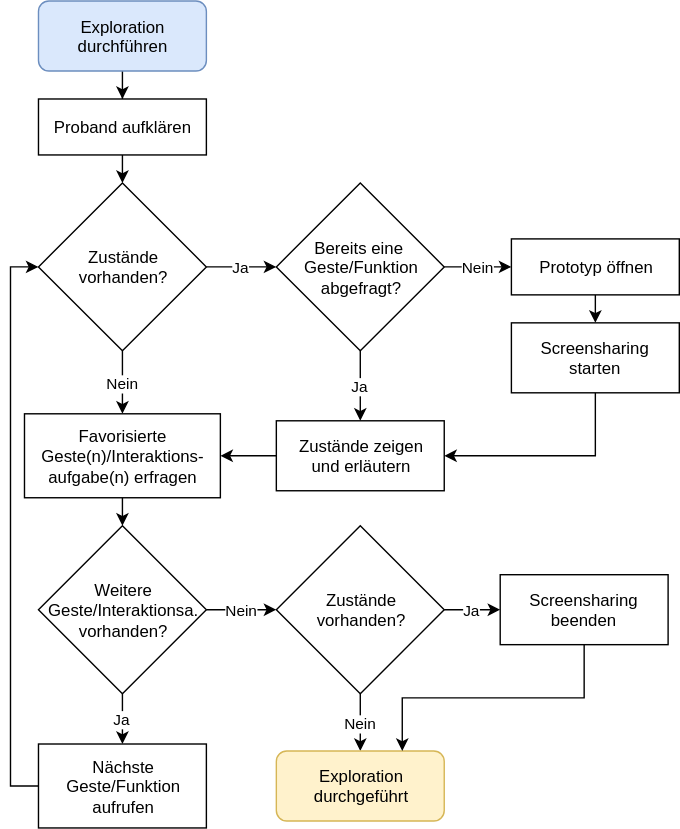
danielkuenkel/gesturenote keeps this draw.io diagram as img/de/introduction/study-preview/exploration.svg. Above is the earlier version. Source tidied: cells renumbered, new cells last; positions are measured from the earlier drawing's top-left corner, leaving out a move shared by most shapes.
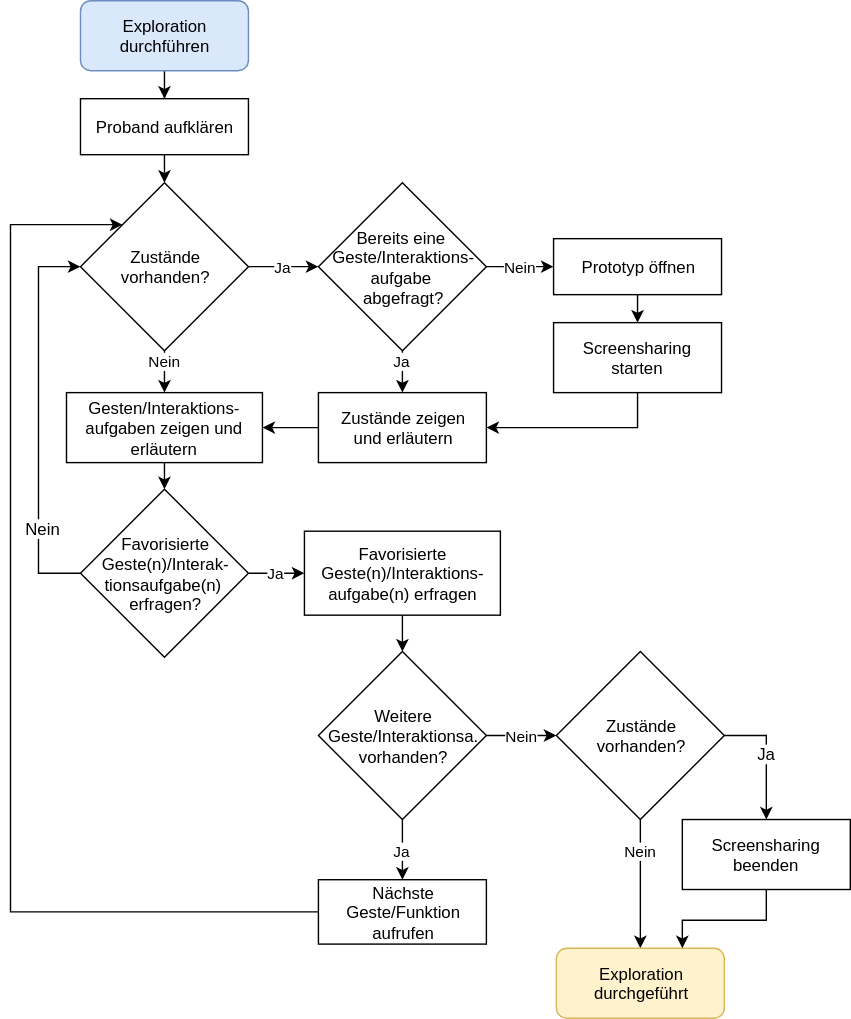
After the change.

The edit, as a diff of the source:
```diff
@@ -6,46 +6,46 @@
       <mxGeometry relative="1" as="geometry" />
     </mxCell>
     <mxCell id="3" value="Exploration&lt;div&gt;durchführen&lt;/div&gt;" style="rounded=1;whiteSpace=wrap;html=1;fillColor=#dae8fc;strokeColor=#6c8ebf;" parent="1" vertex="1">
-      <mxGeometry x="10" width="120" height="50" as="geometry" />
+      <mxGeometry x="-70" y="-37" width="120" height="50" as="geometry" />
     </mxCell>
     <mxCell id="4" style="edgeStyle=orthogonalEdgeStyle;rounded=0;comic=0;html=1;exitX=0.5;exitY=1;entryX=0.5;entryY=0;shadow=0;jettySize=auto;" parent="1" edge="1" source="5" target="8">
       <mxGeometry relative="1" as="geometry" />
     </mxCell>
     <mxCell id="5" value="Proband aufklären" style="rounded=0;whiteSpace=wrap;html=1;" parent="1" vertex="1">
-      <mxGeometry x="10" y="70" width="120" height="40" as="geometry" />
+      <mxGeometry x="-70" y="33" width="120" height="40" as="geometry" />
     </mxCell>
-    <mxCell id="6" value="Nein" style="edgeStyle=orthogonalEdgeStyle;rounded=0;comic=0;html=1;exitX=0.5;exitY=1;shadow=0;jettySize=auto;" parent="1" edge="1" source="8" target="16">
-      <mxGeometry relative="1" as="geometry" />
+    <mxCell id="6" value="Nein" style="edgeStyle=orthogonalEdgeStyle;rounded=0;comic=0;html=1;exitX=0.5;exitY=1;shadow=0;jettySize=auto;entryX=0.5;entryY=0;" parent="1" edge="1" source="8" target="34">
+      <mxGeometry x="-0.53" relative="1" as="geometry" />
     </mxCell>
     <mxCell id="7" value="Ja" style="edgeStyle=orthogonalEdgeStyle;rounded=0;comic=0;html=1;exitX=1;exitY=0.5;entryX=0;entryY=0.5;shadow=0;jettySize=auto;" parent="1" edge="1" source="8" target="30">
       <mxGeometry relative="1" as="geometry" />
     </mxCell>
     <mxCell id="8" value="Zustände&lt;div&gt;vorhanden?&lt;/div&gt;" style="rhombus;whiteSpace=wrap;html=1;" parent="1" vertex="1">
-      <mxGeometry x="10" y="130" width="120" height="120" as="geometry" />
+      <mxGeometry x="-70" y="93" width="120" height="120" as="geometry" />
     </mxCell>
     <mxCell id="9" style="edgeStyle=orthogonalEdgeStyle;rounded=0;comic=0;html=1;exitX=0.5;exitY=1;entryX=0.5;entryY=0;shadow=0;jettySize=auto;" parent="1" edge="1" source="10" target="12">
       <mxGeometry relative="1" as="geometry" />
     </mxCell>
     <mxCell id="10" value="Prototyp öffnen" style="rounded=0;whiteSpace=wrap;html=1;" parent="1" vertex="1">
-      <mxGeometry x="348" y="170" width="120" height="40" as="geometry" />
+      <mxGeometry x="268" y="133" width="120" height="40" as="geometry" />
     </mxCell>
     <mxCell id="11" style="edgeStyle=orthogonalEdgeStyle;rounded=0;comic=0;html=1;exitX=0.5;exitY=1;entryX=1;entryY=0.5;shadow=0;jettySize=auto;" parent="1" edge="1" source="12" target="14">
       <mxGeometry relative="1" as="geometry" />
     </mxCell>
     <mxCell id="12" value="Screensharing starten" style="rounded=0;whiteSpace=wrap;html=1;" parent="1" vertex="1">
-      <mxGeometry x="348" y="230" width="120" height="50" as="geometry" />
+      <mxGeometry x="268" y="193" width="120" height="50" as="geometry" />
     </mxCell>
-    <mxCell id="13" style="edgeStyle=orthogonalEdgeStyle;rounded=0;comic=0;html=1;exitX=0;exitY=0.5;entryX=1;entryY=0.5;shadow=0;jettySize=auto;" parent="1" edge="1" source="14" target="16">
-      <mxGeometry relative="1" as="geometry" />
-    </mxCell>
+    <mxCell id="31" style="edgeStyle=orthogonalEdgeStyle;rounded=0;comic=0;html=1;exitX=0;exitY=0.5;entryX=1;entryY=0.5;shadow=0;jettySize=auto;" parent="1" edge="1" source="14" target="34">
+      <mxGeometry relative="1" as="geometry" />
+    </mxCell>
     <mxCell id="14" value="Zustände zeigen&lt;div&gt;und erläutern&lt;/div&gt;" style="rounded=0;whiteSpace=wrap;html=1;" parent="1" vertex="1">
-      <mxGeometry x="180" y="300" width="120" height="50" as="geometry" />
+      <mxGeometry x="100" y="243" width="120" height="50" as="geometry" />
     </mxCell>
-    <mxCell id="15" style="edgeStyle=orthogonalEdgeStyle;rounded=0;comic=0;html=1;exitX=0.5;exitY=1;entryX=0.5;entryY=0;shadow=0;jettySize=auto;" parent="1" edge="1" source="16" target="19">
+    <mxCell id="15" style="edgeStyle=orthogonalEdgeStyle;rounded=0;html=1;exitX=0.5;exitY=1;entryX=0.5;entryY=0;jettySize=auto;strokeColor=#000000;" parent="1" edge="1" source="16" target="19">
       <mxGeometry relative="1" as="geometry" />
     </mxCell>
     <mxCell id="16" value="Favorisierte&lt;div&gt;Geste(n)/Interaktions-&lt;/div&gt;&lt;div&gt;aufgabe(n) erfragen&lt;/div&gt;" style="rounded=0;whiteSpace=wrap;html=1;" parent="1" vertex="1">
-      <mxGeometry y="295" width="140" height="60" as="geometry" />
+      <mxGeometry x="90" y="342" width="140" height="60" as="geometry" />
     </mxCell>
     <mxCell id="17" value="Nein" style="edgeStyle=orthogonalEdgeStyle;rounded=0;comic=0;html=1;exitX=1;exitY=0.5;entryX=0;entryY=0.5;shadow=0;jettySize=auto;" parent="1" edge="1" source="19" target="22">
       <mxGeometry relative="1" as="geometry" />
@@ -54,40 +54,78 @@
       <mxGeometry relative="1" as="geometry" />
     </mxCell>
     <mxCell id="19" value="Weitere&lt;div&gt;Geste/Interaktionsa.&lt;/div&gt;&lt;div&gt;vorhanden?&lt;/div&gt;" style="rhombus;whiteSpace=wrap;html=1;" parent="1" vertex="1">
-      <mxGeometry x="10" y="375" width="120" height="120" as="geometry" />
+      <mxGeometry x="100" y="428" width="120" height="120" as="geometry" />
     </mxCell>
+    <mxCell id="21" value="Nein" style="edgeStyle=orthogonalEdgeStyle;rounded=0;comic=0;html=1;exitX=0.5;exitY=1;entryX=0.5;entryY=0;shadow=0;jettySize=auto;" parent="1" edge="1" source="22" target="23">
+      <mxGeometry x="-0.52" relative="1" as="geometry" />
+    </mxCell>
-    <mxCell id="20" value="Ja" style="edgeStyle=orthogonalEdgeStyle;rounded=0;comic=0;html=1;exitX=1;exitY=0.5;entryX=0;entryY=0.5;shadow=0;jettySize=auto;" parent="1" edge="1" source="22" target="25">
+    <mxCell id="20" style="edgeStyle=orthogonalEdgeStyle;rounded=0;html=1;exitX=1;exitY=0.5;jettySize=auto;strokeColor=#000000;" parent="1" edge="1" source="22" target="25">
       <mxGeometry relative="1" as="geometry" />
     </mxCell>
-    <mxCell id="21" value="Nein" style="edgeStyle=orthogonalEdgeStyle;rounded=0;comic=0;html=1;exitX=0.5;exitY=1;entryX=0.5;entryY=0;shadow=0;jettySize=auto;" parent="1" edge="1" source="22" target="23">
-      <mxGeometry relative="1" as="geometry" />
-    </mxCell>
+    <mxCell id="32" value="Ja" style="text;html=1;align=center;verticalAlign=middle;labelBackgroundColor=#ffffff;" parent="20" vertex="1">
+      <mxGeometry x="-0.41" y="-18" relative="1" as="geometry">
+        <mxPoint x="4" y="-6" as="offset" />
+      </mxGeometry>
+    </mxCell>
     <mxCell id="22" value="Zustände&lt;div&gt;vorhanden?&lt;/div&gt;" style="rhombus;whiteSpace=wrap;html=1;" parent="1" vertex="1">
-      <mxGeometry x="180" y="375" width="120" height="120" as="geometry" />
+      <mxGeometry x="270" y="428" width="120" height="120" as="geometry" />
     </mxCell>
     <mxCell id="23" value="Exploration&lt;div&gt;durchgeführt&lt;/div&gt;" style="rounded=1;whiteSpace=wrap;html=1;fillColor=#fff2cc;strokeColor=#d6b656;" parent="1" vertex="1">
-      <mxGeometry x="180" y="536" width="120" height="50" as="geometry" />
+      <mxGeometry x="270" y="640" width="120" height="50" as="geometry" />
     </mxCell>
     <mxCell id="24" style="edgeStyle=orthogonalEdgeStyle;rounded=0;comic=0;html=1;exitX=0.5;exitY=1;entryX=0.75;entryY=0;shadow=0;jettySize=auto;" parent="1" edge="1" source="25" target="23">
-      <mxGeometry relative="1" as="geometry" />
+      <mxGeometry relative="1" as="geometry">
+        <Array as="points">
+          <mxPoint x="420" y="620" />
+          <mxPoint x="360" y="620" />
+        </Array>
+      </mxGeometry>
     </mxCell>
     <mxCell id="25" value="Screensharing beenden" style="rounded=0;whiteSpace=wrap;html=1;" parent="1" vertex="1">
-      <mxGeometry x="340" y="410" width="120" height="50" as="geometry" />
+      <mxGeometry x="360" y="548" width="120" height="50" as="geometry" />
     </mxCell>
-    <mxCell id="26" style="edgeStyle=orthogonalEdgeStyle;rounded=0;comic=0;html=1;exitX=0;exitY=0.5;entryX=0;entryY=0.5;shadow=0;jettySize=auto;" parent="1" edge="1" source="27" target="8">
-      <mxGeometry relative="1" as="geometry" />
+    <mxCell id="26" style="edgeStyle=orthogonalEdgeStyle;rounded=0;comic=0;html=1;exitX=0;exitY=0.5;entryX=0;entryY=0;shadow=0;jettySize=auto;" parent="1" edge="1" source="27" target="8">
+      <mxGeometry relative="1" as="geometry">
+        <Array as="points">
+          <mxPoint x="-120" y="614" />
+          <mxPoint x="-120" y="123" />
+        </Array>
+      </mxGeometry>
     </mxCell>
     <mxCell id="27" value="Nächste&lt;div&gt;Geste/Funktion&lt;div&gt;aufrufen&lt;/div&gt;&lt;/div&gt;" style="rounded=0;whiteSpace=wrap;html=1;" parent="1" vertex="1">
-      <mxGeometry x="10" y="531" width="120" height="60" as="geometry" />
+      <mxGeometry x="100" y="591" width="120" height="46" as="geometry" />
     </mxCell>
     <mxCell id="28" value="Nein" style="edgeStyle=orthogonalEdgeStyle;rounded=0;comic=0;html=1;exitX=1;exitY=0.5;entryX=0;entryY=0.5;shadow=0;jettySize=auto;" parent="1" edge="1" source="30" target="10">
       <mxGeometry relative="1" as="geometry" />
     </mxCell>
     <mxCell id="29" value="Ja" style="edgeStyle=orthogonalEdgeStyle;rounded=0;comic=0;html=1;exitX=0.5;exitY=1;entryX=0.5;entryY=0;shadow=0;jettySize=auto;" parent="1" edge="1" source="30" target="14">
-      <mxGeometry relative="1" as="geometry" />
+      <mxGeometry x="-0.53" relative="1" as="geometry" />
     </mxCell>
-    <mxCell id="30" value="Bereits eine&amp;nbsp;&lt;div&gt;Geste/Funktion&lt;/div&gt;&lt;div&gt;abgefragt?&lt;/div&gt;" style="rhombus;whiteSpace=wrap;html=1;" parent="1" vertex="1">
-      <mxGeometry x="180" y="130" width="120" height="120" as="geometry" />
+    <mxCell id="30" value="Bereits eine&amp;nbsp;&lt;div&gt;Geste/Interaktions-&lt;/div&gt;&lt;div&gt;aufgabe&amp;nbsp;&lt;/div&gt;&lt;div&gt;abgefragt?&lt;/div&gt;" style="rhombus;whiteSpace=wrap;html=1;" parent="1" vertex="1">
+      <mxGeometry x="100" y="93" width="120" height="120" as="geometry" />
     </mxCell>
+    <mxCell id="33" style="edgeStyle=orthogonalEdgeStyle;rounded=0;html=1;exitX=0.5;exitY=1;entryX=0.5;entryY=0;jettySize=auto;strokeColor=#000000;" parent="1" edge="1" source="34" target="38">
+      <mxGeometry relative="1" as="geometry" />
+    </mxCell>
+    <mxCell id="34" value="Gesten/Interaktions-&lt;br&gt;aufgaben zeigen und erläutern" style="rounded=0;whiteSpace=wrap;html=1;" parent="1" vertex="1">
+      <mxGeometry x="-80" y="243" width="140" height="50" as="geometry" />
+    </mxCell>
+    <mxCell id="35" style="edgeStyle=orthogonalEdgeStyle;rounded=0;html=1;exitX=0;exitY=0.5;entryX=0;entryY=0.5;jettySize=auto;strokeColor=#000000;" parent="1" edge="1" source="38" target="8">
+      <mxGeometry relative="1" as="geometry">
+        <Array as="points">
+          <mxPoint x="-100" y="372" />
+          <mxPoint x="-100" y="153" />
+        </Array>
+      </mxGeometry>
+    </mxCell>
+    <mxCell id="36" value="Nein" style="text;html=1;align=center;verticalAlign=middle;labelBackgroundColor=#ffffff;" parent="35" vertex="1">
+      <mxGeometry x="-0.55" y="-3" relative="1" as="geometry" />
+    </mxCell>
+    <mxCell id="37" value="Ja" style="edgeStyle=orthogonalEdgeStyle;rounded=0;html=1;exitX=1;exitY=0.5;entryX=0;entryY=0.5;jettySize=auto;strokeColor=#000000;" parent="1" edge="1" source="38" target="16">
+      <mxGeometry relative="1" as="geometry" />
+    </mxCell>
+    <mxCell id="38" value="Favorisierte&lt;div&gt;Geste(n)/Interak-&lt;/div&gt;&lt;div&gt;tionsaufgabe(n)&amp;nbsp;&lt;/div&gt;&lt;div&gt;erfragen?&lt;/div&gt;" style="rhombus;whiteSpace=wrap;html=1;" parent="1" vertex="1">
+      <mxGeometry x="-70" y="312" width="120" height="120" as="geometry" />
+    </mxCell>
   </root>
 </mxGraphModel>
```
